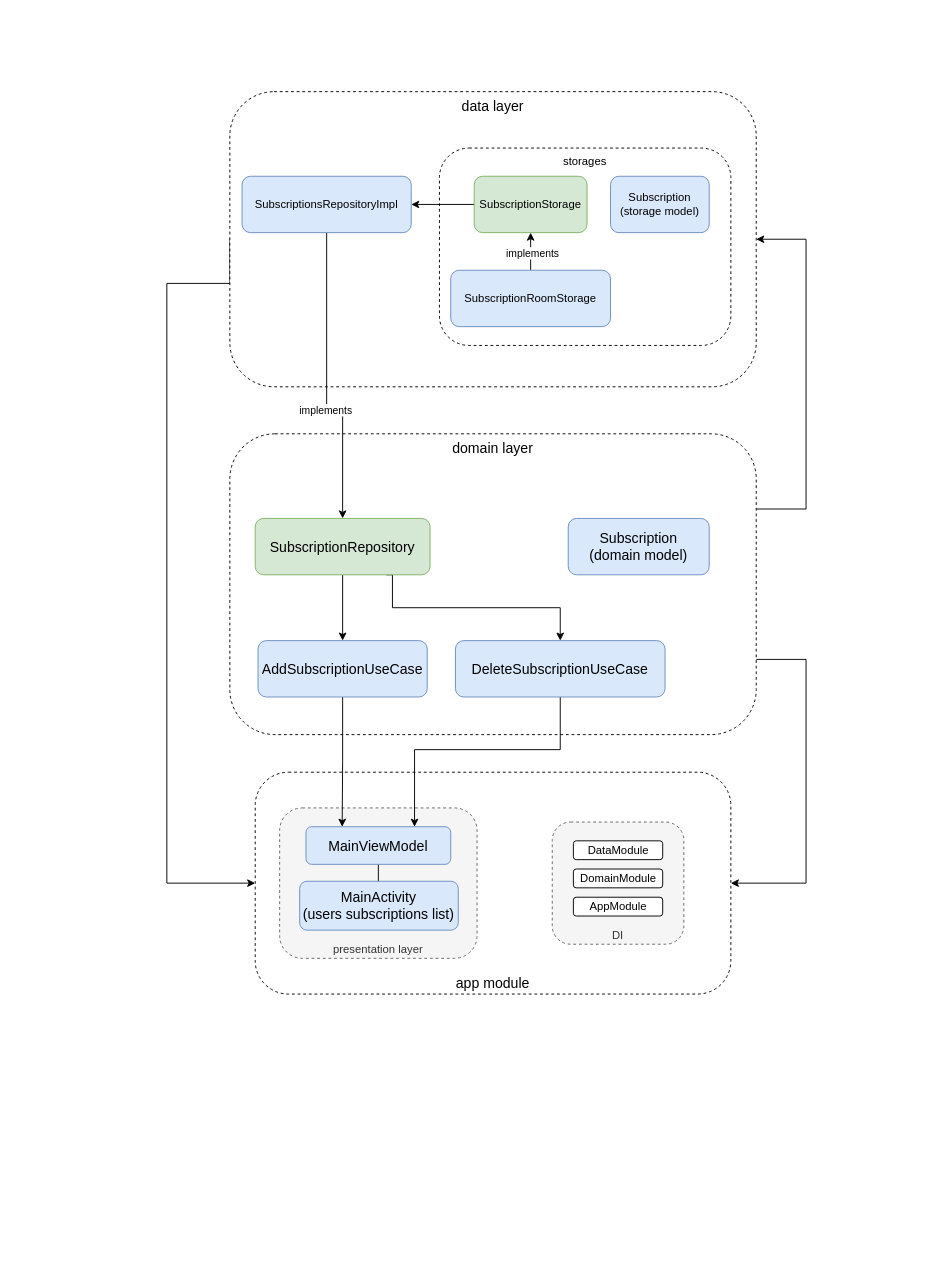
The draw.io diagram architecture/Subscriptions Manager App Architecture Diagram.drawio in karateka-git/subscriptions-manager, before the edit. Source tidied: cells renumbered, new cells numbered last; positions are measured from the earlier drawing's top-left corner, leaving out a move shared by most shapes. Both pictures are drawn from the tidied source at 94%, with x=0, y=0 at pixel (166, 91).
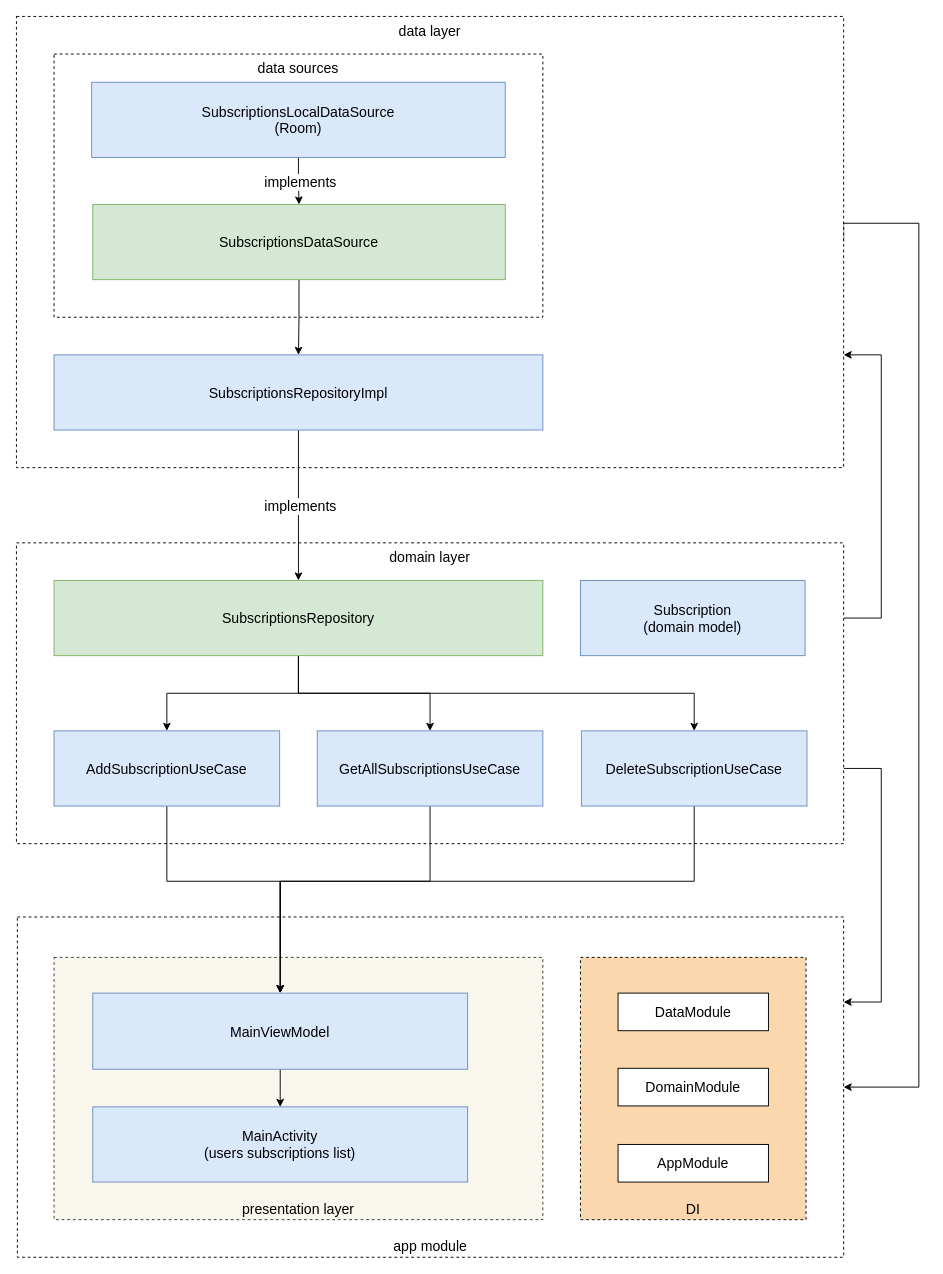
The same page after the edit.

Commit message (it also covers changes not shown here):
updated architectiure diagram

What changed in the source:
```diff
@@
-    <mxCell id="2" value="app module" style="rounded=1;whiteSpace=wrap;html=1;verticalAlign=bottom;fontSize=15;dashed=1;" parent="1" vertex="1">
-      <mxGeometry x="94" y="724" width="506" height="236" as="geometry" />
+    <mxCell id="2" value="app module" style="rounded=0;whiteSpace=wrap;html=1;verticalAlign=bottom;fontSize=15;dashed=1;" parent="1" vertex="1">
+      <mxGeometry x="-159" y="878" width="879" height="362" as="geometry" />
     </mxCell>
-    <mxCell id="3" value="presentation layer" style="rounded=1;whiteSpace=wrap;html=1;dashed=1;align=center;verticalAlign=bottom;fillColor=#f5f5f5;fontColor=#333333;strokeColor=#666666;" parent="1" vertex="1">
-      <mxGeometry x="120" y="762" width="210" height="160" as="geometry" />
+    <mxCell id="3" value="&lt;font size=&quot;1&quot; style=&quot;&quot;&gt;&lt;span style=&quot;font-size: 15px;&quot;&gt;presentation layer&lt;/span&gt;&lt;/font&gt;" style="rounded=0;whiteSpace=wrap;html=1;align=center;verticalAlign=bottom;fillColor=#f9f7ed;strokeColor=#36393d;dashed=1;" parent="1" vertex="1">
+      <mxGeometry x="-120" y="921" width="520" height="279" as="geometry" />
     </mxCell>
-    <mxCell id="4" style="edgeStyle=orthogonalEdgeStyle;rounded=0;jettySize=auto;html=1;exitX=0;exitY=0.5;exitDx=0;exitDy=0;entryX=0;entryY=0.5;entryDx=0;entryDy=0;fontSize=15;" parent="1" edge="1" source="5" target="2">
+    <mxCell id="4" style="edgeStyle=orthogonalEdgeStyle;rounded=0;jettySize=auto;html=1;exitX=1;exitY=0.5;exitDx=0;exitDy=0;entryX=1;entryY=0.5;entryDx=0;entryDy=0;fontSize=15;" parent="1" edge="1" source="5" target="2">
       <mxGeometry relative="1" as="geometry">
         <Array as="points">
-          <mxPoint x="67" y="204" />
-          <mxPoint y="204" />
-          <mxPoint y="842" />
+          <mxPoint x="800" y="140" />
+          <mxPoint x="800" y="1059" />
         </Array>
       </mxGeometry>
     </mxCell>
-    <mxCell id="5" value="data layer" style="rounded=1;whiteSpace=wrap;html=1;verticalAlign=top;fontSize=15;dashed=1;" parent="1" vertex="1">
-      <mxGeometry x="67" width="560" height="314" as="geometry" />
+    <mxCell id="5" value="data layer" style="rounded=0;whiteSpace=wrap;html=1;verticalAlign=top;fontSize=15;dashed=1;" parent="1" vertex="1">
+      <mxGeometry x="-160" y="-80" width="880" height="480" as="geometry" />
     </mxCell>
-    <mxCell id="6" style="edgeStyle=orthogonalEdgeStyle;rounded=0;jettySize=auto;html=1;entryX=1;entryY=0.5;entryDx=0;entryDy=0;fontSize=15;exitX=1;exitY=0.75;exitDx=0;exitDy=0;" parent="1" edge="1" source="8" target="2">
+    <mxCell id="6" style="edgeStyle=orthogonalEdgeStyle;rounded=0;jettySize=auto;html=1;fontSize=15;entryX=1;entryY=0.25;entryDx=0;entryDy=0;exitX=1;exitY=0.75;exitDx=0;exitDy=0;" parent="1" edge="1" source="8" target="2">
       <mxGeometry relative="1" as="geometry">
         <Array as="points">
-          <mxPoint x="680" y="604" />
-          <mxPoint x="680" y="842" />
+          <mxPoint x="760" y="720" />
+          <mxPoint x="760" y="969" />
         </Array>
       </mxGeometry>
     </mxCell>
-    <mxCell id="7" style="edgeStyle=orthogonalEdgeStyle;rounded=0;jettySize=auto;html=1;exitX=1;exitY=0.25;exitDx=0;exitDy=0;entryX=1;entryY=0.5;entryDx=0;entryDy=0;fontSize=15;" parent="1" edge="1" source="8" target="5">
+    <mxCell id="7" style="edgeStyle=orthogonalEdgeStyle;rounded=0;jettySize=auto;html=1;entryX=1;entryY=0.75;entryDx=0;entryDy=0;fontSize=15;exitX=1;exitY=0.25;exitDx=0;exitDy=0;" parent="1" edge="1" source="8" target="5">
       <mxGeometry relative="1" as="geometry">
         <Array as="points">
-          <mxPoint x="680" y="444" />
-          <mxPoint x="680" y="157" />
+          <mxPoint x="760" y="560" />
+          <mxPoint x="760" y="280" />
         </Array>
       </mxGeometry>
     </mxCell>
-    <mxCell id="8" value="domain layer" style="rounded=1;whiteSpace=wrap;html=1;verticalAlign=top;fontSize=15;dashed=1;" parent="1" vertex="1">
-      <mxGeometry x="67" y="364" width="560" height="320" as="geometry" />
+    <mxCell id="8" value="domain layer" style="rounded=0;whiteSpace=wrap;html=1;verticalAlign=top;fontSize=15;dashed=1;" parent="1" vertex="1">
+      <mxGeometry x="-160" y="480" width="880" height="320" as="geometry" />
     </mxCell>
@@
-    <mxCell id="10" value="MainViewModel" style="rounded=1;whiteSpace=wrap;html=1;fontSize=15;fillColor=#dae8fc;strokeColor=#6c8ebf;" parent="1" vertex="1">
-      <mxGeometry x="148" y="782" width="154" height="40" as="geometry" />
+    <mxCell id="10" value="MainViewModel" style="rounded=0;whiteSpace=wrap;html=1;fontSize=15;fillColor=#dae8fc;strokeColor=#6c8ebf;" parent="1" vertex="1">
+      <mxGeometry x="-78.8" y="959" width="398.8" height="81" as="geometry" />
     </mxCell>
-    <mxCell id="11" value="Subscription&lt;br style=&quot;font-size: 15px;&quot;&gt;(domain model)" style="rounded=1;whiteSpace=wrap;html=1;fontSize=15;fillColor=#dae8fc;strokeColor=#6c8ebf;" parent="1" vertex="1">
-      <mxGeometry x="427" y="454" width="150" height="60" as="geometry" />
+    <mxCell id="11" value="Subscription&lt;br style=&quot;font-size: 15px;&quot;&gt;(domain model)" style="rounded=0;whiteSpace=wrap;html=1;fontSize=15;fillColor=#dae8fc;strokeColor=#6c8ebf;glass=0;" parent="1" vertex="1">
+      <mxGeometry x="440" y="520" width="239" height="80" as="geometry" />
     </mxCell>
-    <mxCell id="12" style="edgeStyle=orthogonalEdgeStyle;rounded=0;jettySize=auto;html=1;exitX=0.5;exitY=1;exitDx=0;exitDy=0;entryX=0.25;entryY=0;entryDx=0;entryDy=0;fontSize=15;" parent="1" edge="1" source="13" target="10">
-      <mxGeometry relative="1" as="geometry" />
+    <mxCell id="12" style="edgeStyle=orthogonalEdgeStyle;rounded=0;jettySize=auto;html=1;exitX=0.5;exitY=1;exitDx=0;exitDy=0;entryX=0.5;entryY=0;entryDx=0;entryDy=0;fontSize=15;" parent="1" edge="1" source="13" target="10">
+      <mxGeometry relative="1" as="geometry">
+        <Array as="points">
+          <mxPoint y="840" />
+          <mxPoint x="121" y="840" />
+        </Array>
+      </mxGeometry>
     </mxCell>
-    <mxCell id="13" value="AddSubscriptionUseCase" style="rounded=1;whiteSpace=wrap;html=1;fontSize=15;fillColor=#dae8fc;strokeColor=#6c8ebf;" parent="1" vertex="1">
-      <mxGeometry x="97" y="584" width="180" height="60" as="geometry" />
+    <mxCell id="13" value="AddSubscriptionUseCase" style="rounded=0;whiteSpace=wrap;html=1;fontSize=15;fillColor=#dae8fc;strokeColor=#6c8ebf;" parent="1" vertex="1">
+      <mxGeometry x="-120" y="680" width="240" height="80" as="geometry" />
     </mxCell>
-    <mxCell id="14" style="edgeStyle=orthogonalEdgeStyle;rounded=0;jettySize=auto;html=1;exitX=0.5;exitY=1;exitDx=0;exitDy=0;entryX=0.75;entryY=0;entryDx=0;entryDy=0;fontSize=15;" parent="1" edge="1" source="15" target="10">
+    <mxCell id="14" style="edgeStyle=orthogonalEdgeStyle;rounded=0;jettySize=auto;html=1;exitX=0.5;exitY=1;exitDx=0;exitDy=0;entryX=0.5;entryY=0;entryDx=0;entryDy=0;fontSize=15;" parent="1" edge="1" source="15" target="10">
       <mxGeometry relative="1" as="geometry">
         <Array as="points">
-          <mxPoint x="419" y="700" />
-          <mxPoint x="263" y="700" />
+          <mxPoint x="561" y="840" />
+          <mxPoint x="121" y="840" />
         </Array>
       </mxGeometry>
     </mxCell>
-    <mxCell id="15" value="DeleteSubscriptionUseCase" style="rounded=1;whiteSpace=wrap;html=1;fontSize=15;fillColor=#dae8fc;strokeColor=#6c8ebf;" parent="1" vertex="1">
-      <mxGeometry x="307" y="584" width="223" height="60" as="geometry" />
+    <mxCell id="15" value="DeleteSubscriptionUseCase" style="rounded=0;whiteSpace=wrap;html=1;fontSize=15;fillColor=#dae8fc;strokeColor=#6c8ebf;" parent="1" vertex="1">
+      <mxGeometry x="441" y="680" width="240" height="80" as="geometry" />
     </mxCell>
+    <mxCell id="17" style="edgeStyle=orthogonalEdgeStyle;rounded=0;jettySize=auto;html=1;exitX=0.5;exitY=1;exitDx=0;exitDy=0;entryX=0.5;entryY=0;entryDx=0;entryDy=0;fontSize=15;" parent="1" edge="1" source="18" target="15">
+      <mxGeometry relative="1" as="geometry">
+        <Array as="points">
+          <mxPoint x="140" y="640" />
+          <mxPoint x="561" y="640" />
+        </Array>
+      </mxGeometry>
+    </mxCell>
+    <mxCell id="33" style="edgeStyle=orthogonalEdgeStyle;rounded=0;jettySize=auto;html=1;entryX=0.5;entryY=0;entryDx=0;entryDy=0;exitX=0.5;exitY=1;exitDx=0;exitDy=0;" parent="1" edge="1" source="18" target="37">
+      <mxGeometry relative="1" as="geometry">
+        <Array as="points">
+          <mxPoint x="140" y="640" />
+          <mxPoint x="280" y="640" />
+        </Array>
+      </mxGeometry>
+    </mxCell>
-    <mxCell id="16" style="edgeStyle=orthogonalEdgeStyle;rounded=0;jettySize=auto;html=1;exitX=0.5;exitY=1;exitDx=0;exitDy=0;entryX=0.5;entryY=0;entryDx=0;entryDy=0;fontSize=15;" parent="1" edge="1" source="18" target="13">
+    <mxCell id="16" style="edgeStyle=orthogonalEdgeStyle;rounded=0;jettySize=auto;html=1;entryX=0.5;entryY=0;entryDx=0;entryDy=0;fontSize=15;" parent="1" edge="1" source="18" target="13">
       <mxGeometry relative="1" as="geometry" />
     </mxCell>
-    <mxCell id="17" style="edgeStyle=orthogonalEdgeStyle;rounded=0;jettySize=auto;html=1;exitX=0.75;exitY=1;exitDx=0;exitDy=0;entryX=0.5;entryY=0;entryDx=0;entryDy=0;fontSize=15;" parent="1" edge="1" source="18" target="15">
-      <mxGeometry relative="1" as="geometry">
-        <Array as="points">
-          <mxPoint x="240" y="514" />
-          <mxPoint x="240" y="549" />
-          <mxPoint x="419" y="549" />
-        </Array>
-      </mxGeometry>
-    </mxCell>
-    <mxCell id="18" value="SubscriptionRepository" style="rounded=1;whiteSpace=wrap;html=1;fillColor=#d5e8d4;strokeColor=#82b366;fontSize=15;" parent="1" vertex="1">
-      <mxGeometry x="94" y="454" width="186" height="60" as="geometry" />
+    <mxCell id="18" value="SubscriptionsRepository" style="rounded=0;whiteSpace=wrap;html=1;fillColor=#d5e8d4;strokeColor=#82b366;fontSize=15;glass=0;" parent="1" vertex="1">
+      <mxGeometry x="-120" y="520" width="520" height="80" as="geometry" />
     </mxCell>
-    <mxCell id="19" value="implements" style="edgeStyle=orthogonalEdgeStyle;rounded=0;jettySize=auto;html=1;exitX=0.5;exitY=1;exitDx=0;exitDy=0;entryX=0.5;entryY=0;entryDx=0;entryDy=0;" parent="1" edge="1" source="20" target="18">
-      <mxGeometry x="0.18" relative="1" as="geometry">
-        <Array as="points">
-          <mxPoint x="170" y="340" />
-          <mxPoint x="187" y="340" />
-        </Array>
-        <mxPoint x="-1" as="offset" />
-      </mxGeometry>
+    <mxCell id="19" style="edgeStyle=orthogonalEdgeStyle;rounded=0;jettySize=auto;html=1;entryX=0.5;entryY=0;entryDx=0;entryDy=0;" parent="1" edge="1" source="20" target="18">
+      <mxGeometry relative="1" as="geometry" />
     </mxCell>
+    <mxCell id="34" value="implements" style="edgeLabel;html=1;align=center;verticalAlign=middle;fontSize=15;" parent="19" vertex="1">
+      <mxGeometry x="-0.06" y="2" relative="1" as="geometry">
+        <mxPoint x="-1" y="5" as="offset" />
+      </mxGeometry>
+    </mxCell>
-    <mxCell id="20" value="SubscriptionsRepositoryImpl" style="rounded=1;whiteSpace=wrap;html=1;fillColor=#dae8fc;strokeColor=#6c8ebf;" parent="1" vertex="1">
-      <mxGeometry x="80" y="90" width="180" height="60" as="geometry" />
+    <mxCell id="20" value="&lt;font style=&quot;font-size: 15px;&quot;&gt;SubscriptionsRepositoryImpl&lt;/font&gt;" style="rounded=0;whiteSpace=wrap;html=1;fillColor=#dae8fc;strokeColor=#6c8ebf;" parent="1" vertex="1">
+      <mxGeometry x="-120" y="280" width="520" height="80" as="geometry" />
     </mxCell>
-    <mxCell id="21" value="storages" style="rounded=1;whiteSpace=wrap;html=1;dashed=1;verticalAlign=top;" parent="1" vertex="1">
-      <mxGeometry x="290" y="60" width="310" height="210" as="geometry" />
+    <mxCell id="21" value="&lt;font style=&quot;font-size: 15px;&quot;&gt;data sources&lt;/font&gt;" style="rounded=0;whiteSpace=wrap;html=1;verticalAlign=top;dashed=1;" parent="1" vertex="1">
+      <mxGeometry x="-120" y="-40" width="520" height="280" as="geometry" />
     </mxCell>
-    <mxCell id="22" style="edgeStyle=orthogonalEdgeStyle;rounded=0;jettySize=auto;html=1;" parent="1" edge="1" source="23" target="20">
+    <mxCell id="22" style="edgeStyle=orthogonalEdgeStyle;jettySize=auto;html=1;entryX=0.5;entryY=0;entryDx=0;entryDy=0;fontSize=15;endArrow=classic;rounded=0;endFill=1;" parent="1" edge="1" source="23" target="20">
       <mxGeometry relative="1" as="geometry" />
     </mxCell>
-    <mxCell id="23" value="SubscriptionStorage" style="rounded=1;whiteSpace=wrap;html=1;fillColor=#d5e8d4;strokeColor=#82b366;" parent="1" vertex="1">
-      <mxGeometry x="327" y="90" width="120" height="60" as="geometry" />
+    <mxCell id="23" value="&lt;font style=&quot;font-size: 15px;&quot;&gt;SubscriptionsDataSource&lt;/font&gt;" style="rounded=0;whiteSpace=wrap;html=1;fillColor=#d5e8d4;strokeColor=#82b366;" parent="1" vertex="1">
+      <mxGeometry x="-78.8" y="120" width="438.8" height="80" as="geometry" />
     </mxCell>
-    <mxCell id="24" style="edgeStyle=orthogonalEdgeStyle;rounded=0;jettySize=auto;html=1;" parent="1" edge="1" source="26" target="23">
+    <mxCell id="24" style="edgeStyle=orthogonalEdgeStyle;rounded=0;jettySize=auto;html=1;entryX=0.5;entryY=0;entryDx=0;entryDy=0;" parent="1" edge="1" source="26" target="23">
       <mxGeometry relative="1" as="geometry" />
     </mxCell>
-    <mxCell id="25" value="implements" style="edgeLabel;html=1;align=center;verticalAlign=middle;" parent="24" vertex="1">
-      <mxGeometry x="-0.05" y="-1" relative="1" as="geometry" />
-    </mxCell>
+    <mxCell id="35" value="implements" style="edgeLabel;html=1;align=center;verticalAlign=middle;fontSize=15;" parent="24" vertex="1">
+      <mxGeometry x="0.01" y="1" relative="1" as="geometry" />
+    </mxCell>
-    <mxCell id="26" value="SubscriptionRoomStorage" style="rounded=1;whiteSpace=wrap;html=1;fillColor=#dae8fc;strokeColor=#6c8ebf;" parent="1" vertex="1">
-      <mxGeometry x="302" y="190" width="170" height="60" as="geometry" />
+    <mxCell id="26" value="&lt;font style=&quot;font-size: 15px;&quot;&gt;SubscriptionsLocalDataSource&lt;br&gt;(Room)&lt;br&gt;&lt;/font&gt;" style="rounded=0;whiteSpace=wrap;html=1;fillColor=#dae8fc;strokeColor=#6c8ebf;" parent="1" vertex="1">
+      <mxGeometry x="-80" y="-10" width="440" height="80" as="geometry" />
     </mxCell>
-    <mxCell id="27" value="Subscription&lt;br style=&quot;font-size: 12px;&quot;&gt;(storage model)" style="rounded=1;whiteSpace=wrap;html=1;fontSize=12;fillColor=#dae8fc;strokeColor=#6c8ebf;" parent="1" vertex="1">
-      <mxGeometry x="472" y="90" width="105" height="60" as="geometry" />
-    </mxCell>
-    <mxCell id="28" value="MainActivity&lt;br&gt;(users subscriptions list)" style="rounded=1;whiteSpace=wrap;html=1;fontSize=15;fillColor=#dae8fc;strokeColor=#6c8ebf;" parent="1" vertex="1">
-      <mxGeometry x="141.3" y="840" width="168.7" height="52" as="geometry" />
+    <mxCell id="28" value="MainActivity&lt;br&gt;(users subscriptions list)" style="rounded=0;whiteSpace=wrap;html=1;fontSize=15;fillColor=#dae8fc;strokeColor=#6c8ebf;" parent="1" vertex="1">
+      <mxGeometry x="-78.8" y="1080" width="398.8" height="80" as="geometry" />
     </mxCell>
-    <mxCell id="29" value="DI" style="rounded=1;whiteSpace=wrap;html=1;dashed=1;align=center;verticalAlign=bottom;fillColor=#f5f5f5;fontColor=#333333;strokeColor=#666666;" parent="1" vertex="1">
-      <mxGeometry x="410" y="777" width="140" height="130" as="geometry" />
+    <mxCell id="29" value="&lt;font style=&quot;font-size: 15px;&quot;&gt;DI&lt;/font&gt;" style="rounded=0;whiteSpace=wrap;html=1;align=center;verticalAlign=bottom;fillColor=#fad7ac;strokeColor=#000000;dashed=1;" parent="1" vertex="1">
+      <mxGeometry x="440" y="921" width="240" height="279" as="geometry" />
     </mxCell>
-    <mxCell id="30" value="AppModule" style="rounded=1;whiteSpace=wrap;html=1;" parent="1" vertex="1">
-      <mxGeometry x="432.5" y="857" width="95" height="20" as="geometry" />
+    <mxCell id="30" value="&lt;font style=&quot;font-size: 15px;&quot;&gt;AppModule&lt;/font&gt;" style="rounded=0;whiteSpace=wrap;html=1;" parent="1" vertex="1">
+      <mxGeometry x="480" y="1120" width="160" height="40" as="geometry" />
     </mxCell>
-    <mxCell id="31" value="DomainModule" style="rounded=1;whiteSpace=wrap;html=1;" parent="1" vertex="1">
-      <mxGeometry x="432.5" y="827" width="95" height="20" as="geometry" />
+    <mxCell id="31" value="&lt;font style=&quot;font-size: 15px;&quot;&gt;DomainModule&lt;/font&gt;" style="rounded=0;whiteSpace=wrap;html=1;" parent="1" vertex="1">
+      <mxGeometry x="480" y="1039" width="160" height="40" as="geometry" />
     </mxCell>
-    <mxCell id="32" value="DataModule" style="rounded=1;whiteSpace=wrap;html=1;" parent="1" vertex="1">
-      <mxGeometry x="432.5" y="797" width="95" height="20" as="geometry" />
+    <mxCell id="32" value="&lt;font style=&quot;font-size: 15px;&quot;&gt;DataModule&lt;/font&gt;" style="rounded=0;whiteSpace=wrap;html=1;" parent="1" vertex="1">
+      <mxGeometry x="480" y="959" width="160" height="40" as="geometry" />
     </mxCell>
+    <mxCell id="36" style="edgeStyle=orthogonalEdgeStyle;rounded=0;jettySize=auto;html=1;exitX=0.5;exitY=1;exitDx=0;exitDy=0;entryX=0.5;entryY=0;entryDx=0;entryDy=0;" parent="1" edge="1" source="37" target="10">
+      <mxGeometry relative="1" as="geometry">
+        <Array as="points">
+          <mxPoint x="280" y="840" />
+          <mxPoint x="121" y="840" />
+        </Array>
+      </mxGeometry>
+    </mxCell>
+    <mxCell id="37" value="GetAllSubscriptionsUseCase" style="rounded=0;whiteSpace=wrap;html=1;fontSize=15;fillColor=#dae8fc;strokeColor=#6c8ebf;" parent="1" vertex="1">
+      <mxGeometry x="160" y="680" width="240" height="80" as="geometry" />
+    </mxCell>
```
